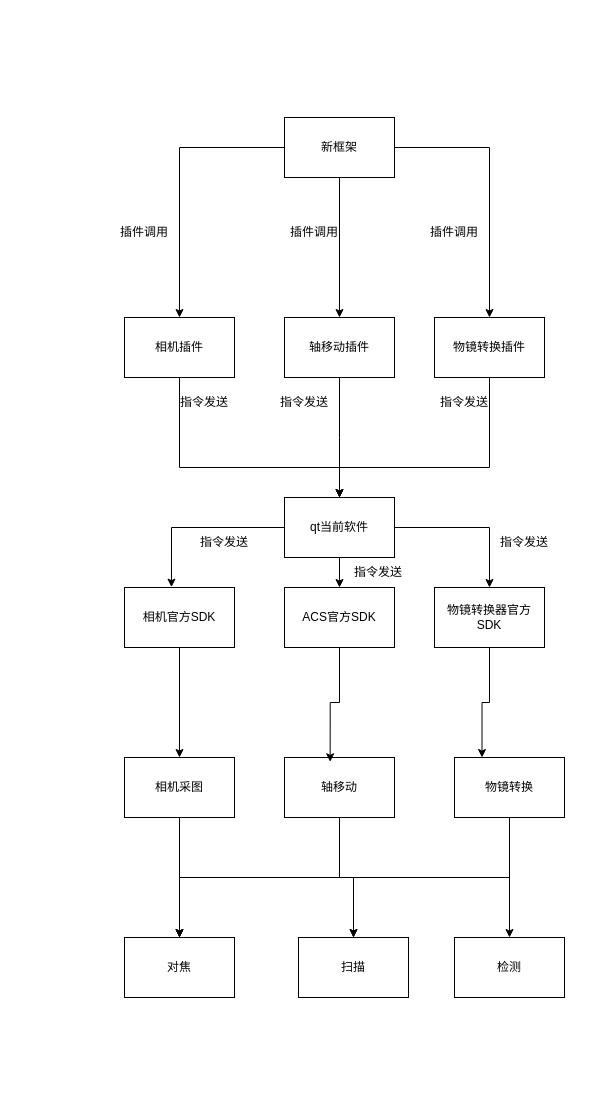
Above: 未命名绘图.drawio in qubo188612/Visio (draw.io), before the change. Source tidied: cells renumbered, new cells numbered last; positions are measured from the earlier drawing's top-left corner, leaving out a move shared by most shapes. Both pictures are drawn from the tidied source at 100%, with x=0, y=0 at pixel (114, 117).
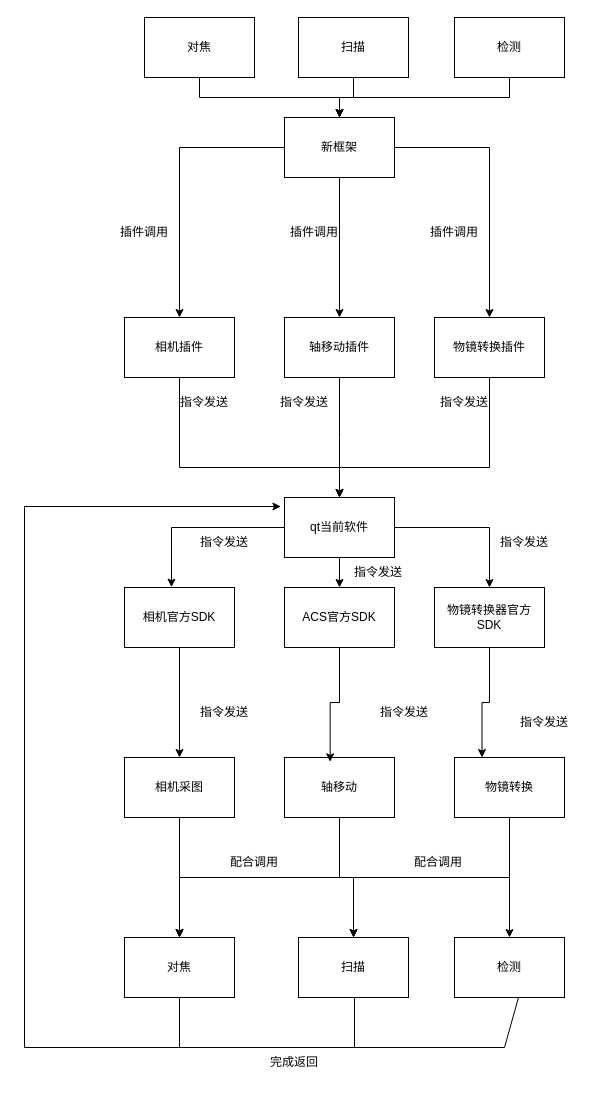
The same diagram, later.

Commit message (it also covers changes not shown here):
更新未命名绘图.drawio

Unchanged cells that the change refers to:
```xml
<mxCell id="7" value="qt当前软件" style="rounded=0;whiteSpace=wrap;html=1;" parent="1" vertex="1">
  <mxGeometry x="170" y="380" width="110" height="60" as="geometry" />
</mxCell>
<mxCell id="11" value="新框架" style="rounded=0;whiteSpace=wrap;html=1;" parent="1" vertex="1">
  <mxGeometry x="170" width="110" height="60" as="geometry" />
</mxCell>
<mxCell id="40" value="对焦" style="rounded=0;whiteSpace=wrap;html=1;" parent="1" vertex="1">
  <mxGeometry x="10" y="820" width="110" height="60" as="geometry" />
</mxCell>
```

Diff of the diagram source:
```diff
@@
+    <mxCell id="43" style="edgeStyle=orthogonalEdgeStyle;rounded=0;jettySize=auto;html=1;entryX=-0.033;entryY=0.15;entryDx=0;entryDy=0;exitX=0.5;exitY=1;exitDx=0;exitDy=0;entryPerimeter=0;" parent="1" edge="1" source="40" target="7">
+      <mxGeometry relative="1" as="geometry">
+        <Array as="points">
+          <mxPoint x="65" y="930" />
+          <mxPoint x="-90" y="930" />
+          <mxPoint x="-90" y="389" />
+        </Array>
+      </mxGeometry>
+    </mxCell>
@@
+    <mxCell id="44" value="指令发送" style="text;html=1;align=center;verticalAlign=middle;whiteSpace=wrap;rounded=0;" parent="1" vertex="1">
+      <mxGeometry x="80" y="580" width="60" height="30" as="geometry" />
+    </mxCell>
+    <mxCell id="45" value="指令发送" style="text;html=1;align=center;verticalAlign=middle;whiteSpace=wrap;rounded=0;" parent="1" vertex="1">
+      <mxGeometry x="260" y="580" width="60" height="30" as="geometry" />
+    </mxCell>
+    <mxCell id="46" value="指令发送" style="text;html=1;align=center;verticalAlign=middle;whiteSpace=wrap;rounded=0;" parent="1" vertex="1">
+      <mxGeometry x="400" y="590" width="60" height="30" as="geometry" />
+    </mxCell>
+    <mxCell id="47" value="配合调用" style="text;html=1;align=center;verticalAlign=middle;whiteSpace=wrap;rounded=0;" parent="1" vertex="1">
+      <mxGeometry x="110" y="730" width="60" height="30" as="geometry" />
+    </mxCell>
+    <mxCell id="48" value="配合调用" style="text;html=1;align=center;verticalAlign=middle;whiteSpace=wrap;rounded=0;" parent="1" vertex="1">
+      <mxGeometry x="294" y="730" width="60" height="30" as="geometry" />
+    </mxCell>
+    <mxCell id="49" style="endArrow=none;html=1;rounded=0;" parent="1" edge="1">
+      <mxGeometry relative="1" as="geometry">
+        <mxPoint x="65" y="930" as="sourcePoint" />
+        <mxPoint x="390" y="930" as="targetPoint" />
+      </mxGeometry>
+    </mxCell>
+    <mxCell id="50" style="endArrow=none;html=1;rounded=0;" parent="1" edge="1">
+      <mxGeometry relative="1" as="geometry">
+        <mxPoint x="240" y="930" as="sourcePoint" />
+        <mxPoint x="240" y="880" as="targetPoint" />
+      </mxGeometry>
+    </mxCell>
+    <mxCell id="51" style="endArrow=none;html=1;rounded=0;" parent="1" edge="1">
+      <mxGeometry relative="1" as="geometry">
+        <mxPoint x="390" y="930" as="sourcePoint" />
+        <mxPoint x="404" y="880" as="targetPoint" />
+      </mxGeometry>
+    </mxCell>
+    <mxCell id="52" value="完成返回" style="text;html=1;align=center;verticalAlign=middle;whiteSpace=wrap;rounded=0;" parent="1" vertex="1">
+      <mxGeometry x="150" y="930" width="60" height="30" as="geometry" />
+    </mxCell>
+    <mxCell id="53" style="edgeStyle=orthogonalEdgeStyle;rounded=0;jettySize=auto;html=1;exitX=0.5;exitY=1;exitDx=0;exitDy=0;entryX=0.5;entryY=0;entryDx=0;entryDy=0;" parent="1" edge="1" source="54" target="11">
+      <mxGeometry relative="1" as="geometry" />
+    </mxCell>
+    <mxCell id="54" value="对焦" style="rounded=0;whiteSpace=wrap;html=1;" parent="1" vertex="1">
+      <mxGeometry x="30" y="-100" width="110" height="60" as="geometry" />
+    </mxCell>
+    <mxCell id="55" style="edgeStyle=orthogonalEdgeStyle;rounded=0;jettySize=auto;html=1;exitX=0.5;exitY=1;exitDx=0;exitDy=0;entryX=0.5;entryY=0;entryDx=0;entryDy=0;" parent="1" edge="1" source="56" target="11">
+      <mxGeometry relative="1" as="geometry" />
+    </mxCell>
+    <mxCell id="56" value="扫描" style="rounded=0;whiteSpace=wrap;html=1;" parent="1" vertex="1">
+      <mxGeometry x="184" y="-100" width="110" height="60" as="geometry" />
+    </mxCell>
+    <mxCell id="57" style="edgeStyle=orthogonalEdgeStyle;rounded=0;jettySize=auto;html=1;exitX=0.5;exitY=1;exitDx=0;exitDy=0;entryX=0.5;entryY=0;entryDx=0;entryDy=0;" parent="1" edge="1" source="58" target="11">
+      <mxGeometry relative="1" as="geometry" />
+    </mxCell>
+    <mxCell id="58" value="检测" style="rounded=0;whiteSpace=wrap;html=1;" parent="1" vertex="1">
+      <mxGeometry x="340" y="-100" width="110" height="60" as="geometry" />
+    </mxCell>
```
